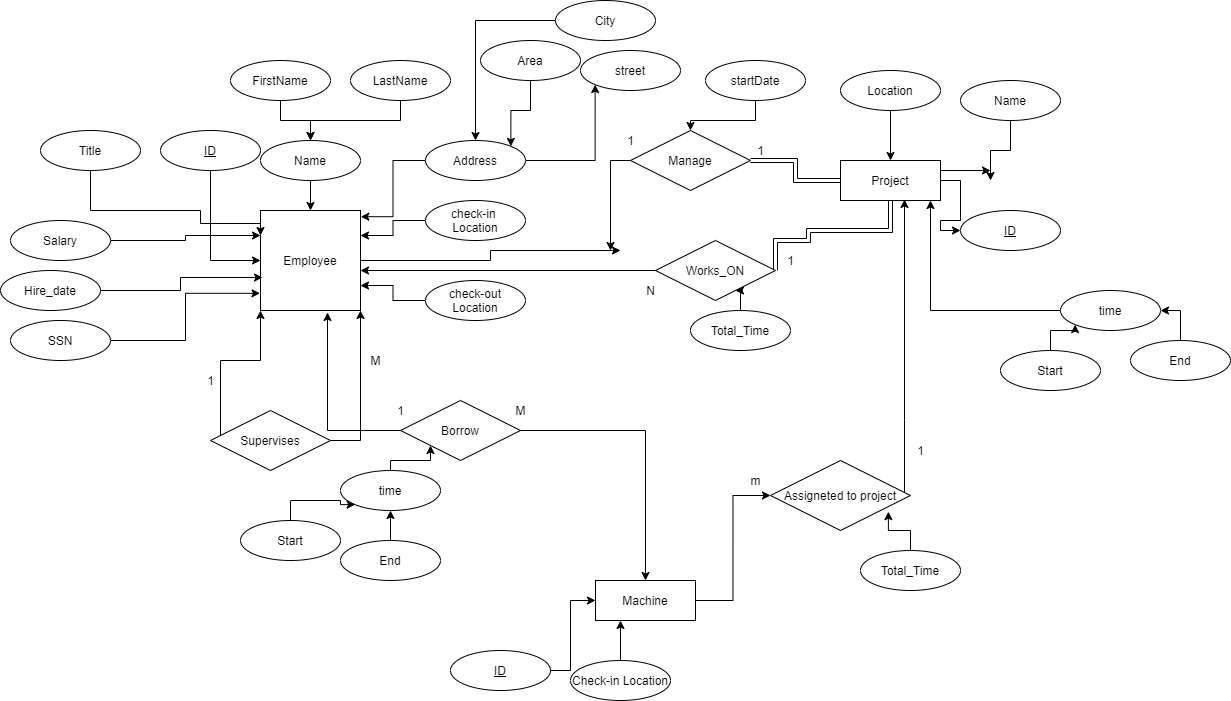
This is ERD.png from aymanred121/IGEC-Logging-App-Project, a draw.io export, as it was before one commit. Source tidied: cells renumbered, new cells last; positions are measured from the earlier drawing's top-left corner, leaving out a move shared by most shapes.
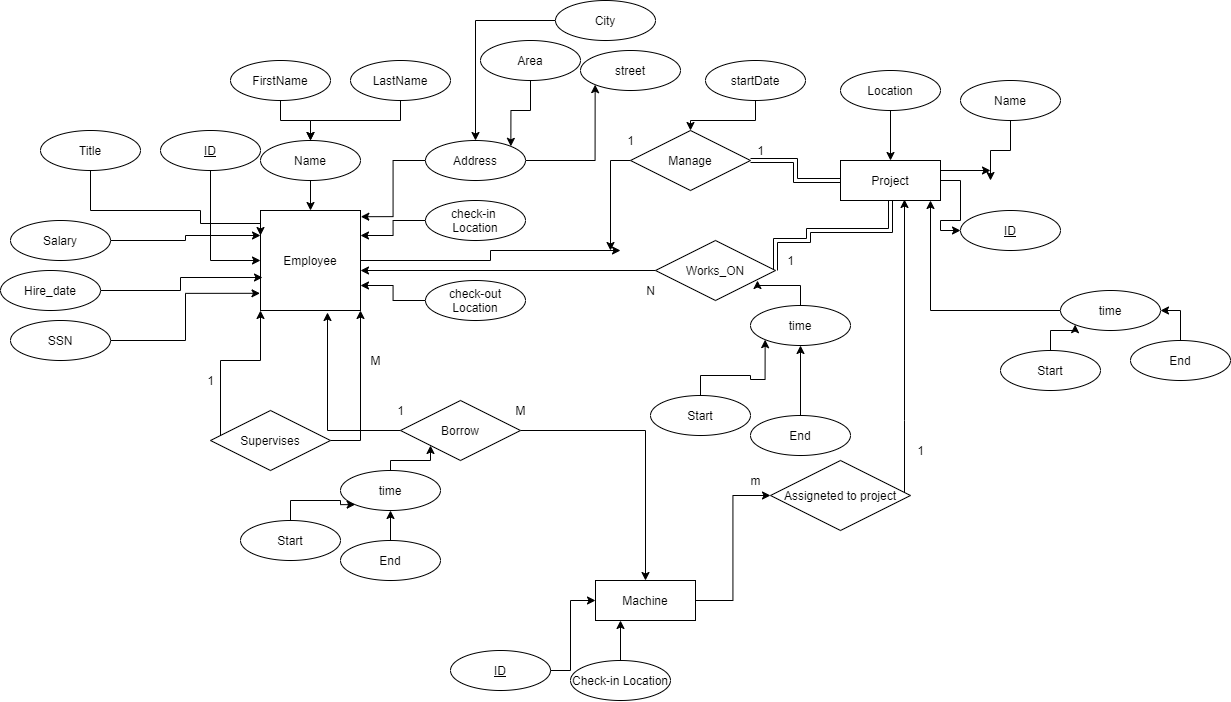
The same diagram one commit later.

What changed in the source:
```diff
@@ -170,12 +170,6 @@
     <mxCell id="47" value="Works_ON" style="shape=rhombus;perimeter=rhombusPerimeter;whiteSpace=wrap;html=1;align=center;" parent="1" vertex="1">
       <mxGeometry x="655" y="240" width="120" height="60" as="geometry" />
     </mxCell>
-    <mxCell id="48" style="edgeStyle=orthogonalEdgeStyle;rounded=0;jettySize=auto;html=1;entryX=0.667;entryY=0.833;entryDx=0;entryDy=0;entryPerimeter=0;strokeColor=#000000;strokeWidth=1;" parent="1" edge="1" source="49" target="47">
-      <mxGeometry relative="1" as="geometry" />
-    </mxCell>
-    <mxCell id="49" value="Total_Time" style="ellipse;whiteSpace=wrap;html=1;align=center;" parent="1" vertex="1">
-      <mxGeometry x="690" y="310" width="100" height="40" as="geometry" />
-    </mxCell>
     <mxCell id="50" style="edgeStyle=orthogonalEdgeStyle;rounded=0;jettySize=auto;html=1;entryX=0.9;entryY=1;entryDx=0;entryDy=0;entryPerimeter=0;strokeColor=#000000;strokeWidth=1;" parent="1" edge="1" source="51" target="7">
       <mxGeometry relative="1" as="geometry" />
     </mxCell>
@@ -273,12 +267,6 @@
     <mxCell id="74" value="m" style="text;html=1;align=center;verticalAlign=middle;strokeColor=none;" parent="1" vertex="1">
       <mxGeometry x="740" y="470" width="30" height="20" as="geometry" />
     </mxCell>
-    <mxCell id="75" style="edgeStyle=orthogonalEdgeStyle;rounded=0;jettySize=auto;html=1;entryX=0.842;entryY=0.731;entryDx=0;entryDy=0;entryPerimeter=0;strokeColor=#000000;strokeWidth=1;" parent="1" edge="1" source="76" target="72">
-      <mxGeometry relative="1" as="geometry" />
-    </mxCell>
-    <mxCell id="76" value="Total_Time" style="ellipse;whiteSpace=wrap;html=1;align=center;" parent="1" vertex="1">
-      <mxGeometry x="860" y="550" width="100" height="40" as="geometry" />
-    </mxCell>
     <mxCell id="77" value="street" style="ellipse;whiteSpace=wrap;html=1;align=center;" parent="1" vertex="1">
       <mxGeometry x="580" y="50" width="100" height="40" as="geometry" />
     </mxCell>
@@ -312,5 +300,30 @@
     <mxCell id="87" value="1" style="text;html=1;align=center;verticalAlign=middle;strokeColor=none;" parent="1" vertex="1">
       <mxGeometry x="780" y="250" width="20" height="20" as="geometry" />
     </mxCell>
+    <mxCell id="88" style="edgeStyle=orthogonalEdgeStyle;rounded=0;jettySize=auto;html=1;entryX=0.85;entryY=0.667;entryDx=0;entryDy=0;entryPerimeter=0;" parent="1" edge="1" source="89" target="47">
+      <mxGeometry relative="1" as="geometry" />
+    </mxCell>
+    <mxCell id="89" value="time" style="ellipse;whiteSpace=wrap;html=1;align=center;" parent="1" vertex="1">
+      <mxGeometry x="750" y="305" width="100" height="40" as="geometry" />
+    </mxCell>
+    <mxCell id="90" style="edgeStyle=orthogonalEdgeStyle;rounded=0;jettySize=auto;html=1;entryX=0;entryY=1;entryDx=0;entryDy=0;strokeColor=#000000;strokeWidth=1;" parent="1" edge="1" target="89">
+      <mxGeometry relative="1" as="geometry">
+        <mxPoint x="700" y="395" as="sourcePoint" />
+        <Array as="points">
+          <mxPoint x="700" y="375" />
+          <mxPoint x="750" y="375" />
+          <mxPoint x="750" y="379" />
+        </Array>
+      </mxGeometry>
+    </mxCell>
+    <mxCell id="91" style="edgeStyle=orthogonalEdgeStyle;rounded=0;jettySize=auto;html=1;strokeColor=#000000;strokeWidth=1;" parent="1" edge="1" source="92" target="89">
+      <mxGeometry relative="1" as="geometry" />
+    </mxCell>
+    <mxCell id="92" value="End" style="ellipse;whiteSpace=wrap;html=1;align=center;" parent="1" vertex="1">
+      <mxGeometry x="750" y="415" width="100" height="40" as="geometry" />
+    </mxCell>
+    <mxCell id="93" value="Start" style="ellipse;whiteSpace=wrap;html=1;align=center;" parent="1" vertex="1">
+      <mxGeometry x="650" y="395" width="100" height="40" as="geometry" />
+    </mxCell>
   </root>
 </mxGraphModel>
```
